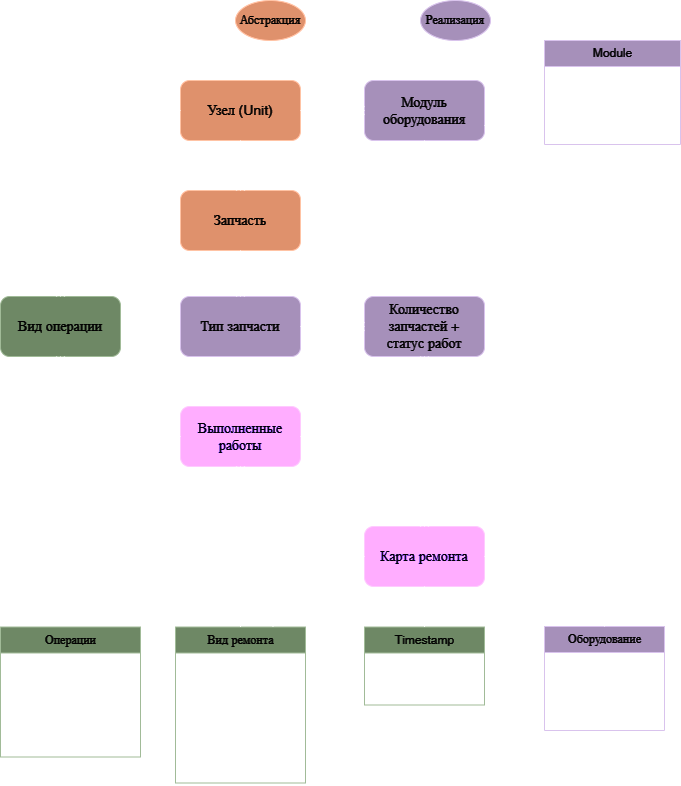
Above: БлокСхемаМастерская.drawio.png in AlexandrSB/DataBase (draw.io), before the change. Source tidied: cells renumbered, new cells last; positions are measured from the earlier drawing's top-left corner, leaving out a move shared by most shapes. Its diagram source:
```xml
<mxGraphModel>
  <root>
    <mxCell id="0" />
    <mxCell id="1" parent="0" />
    <mxCell id="2" value="&lt;font style=&quot;font-size: 14px;&quot;&gt;Модуль&lt;br&gt;оборудования&lt;br&gt;&lt;/font&gt;" style="rounded=1;whiteSpace=wrap;html=1;fillColor=#76608a;fontColor=#ffffff;strokeColor=#432D57;" parent="1" vertex="1">
      <mxGeometry x="364" y="80" width="120" height="60" as="geometry" />
    </mxCell>
    <mxCell id="3" value="&lt;font style=&quot;font-size: 14px;&quot;&gt;Карта ремонта&lt;br&gt;&lt;/font&gt;" style="rounded=1;whiteSpace=wrap;html=1;fillColor=#6a00ff;fontColor=#ffffff;strokeColor=#3700CC;" parent="1" vertex="1">
      <mxGeometry x="364" y="526" width="120" height="60" as="geometry" />
    </mxCell>
    <mxCell id="4" value="&lt;font style=&quot;font-size: 14px;&quot;&gt;Выполненные работы&lt;br&gt;&lt;/font&gt;" style="rounded=1;whiteSpace=wrap;html=1;fillColor=#6a00ff;strokeColor=#3700CC;fontColor=#ffffff;" parent="1" vertex="1">
      <mxGeometry x="180" y="406" width="120" height="60" as="geometry" />
    </mxCell>
    <mxCell id="5" value="&lt;font style=&quot;font-size: 14px;&quot;&gt;Узел (Unit)&lt;br&gt;&lt;/font&gt;" style="rounded=1;whiteSpace=wrap;html=1;fillColor=#a0522d;fontColor=#ffffff;strokeColor=#6D1F00;" parent="1" vertex="1">
      <mxGeometry x="180" y="80" width="120" height="60" as="geometry" />
    </mxCell>
    <mxCell id="6" style="edgeStyle=orthogonalEdgeStyle;fontSize=12;html=1;endArrow=ERoneToMany;rounded=0;exitX=1;exitY=0.5;exitDx=0;exitDy=0;entryX=0;entryY=0.5;entryDx=0;entryDy=0;" parent="1" edge="1" source="5" target="2">
      <mxGeometry relative="1" as="geometry" />
    </mxCell>
    <mxCell id="7" style="edgeStyle=orthogonalEdgeStyle;fontSize=12;html=1;endArrow=ERoneToMany;rounded=0;exitX=0.5;exitY=1;exitDx=0;exitDy=0;entryX=0.5;entryY=0;entryDx=0;entryDy=0;" parent="1" edge="1" source="2" target="44">
      <mxGeometry relative="1" as="geometry" />
    </mxCell>
    <mxCell id="8" style="fontSize=12;html=1;endArrow=ERoneToMany;rounded=0;exitX=1;exitY=0.75;exitDx=0;exitDy=0;edgeStyle=orthogonalEdgeStyle;entryX=0.5;entryY=0;entryDx=0;entryDy=0;" parent="1" edge="1" source="2" target="3">
      <mxGeometry relative="1" as="geometry">
        <Array as="points">
          <mxPoint x="520" y="125" />
          <mxPoint x="520" y="500" />
          <mxPoint x="424" y="500" />
        </Array>
      </mxGeometry>
    </mxCell>
    <mxCell id="9" value="Оборудование" style="swimlane;fontStyle=0;horizontal=1;startSize=26;fillColor=#76608a;html=1;fontColor=#ffffff;strokeColor=#432D57;" parent="1" vertex="1">
      <mxGeometry x="544" y="626" width="120" height="104" as="geometry" />
    </mxCell>
    <mxCell id="10" value="Инвентарный номер&lt;span style=&quot;white-space: pre;&quot;&gt;&#9;&lt;/span&gt;" style="text;strokeColor=none;fillColor=none;align=left;verticalAlign=top;spacingLeft=4;spacingRight=4;overflow=hidden;whiteSpace=wrap;html=1;" parent="9" vertex="1">
      <mxGeometry y="26" width="120" height="26" as="geometry" />
    </mxCell>
    <mxCell id="11" value="Тип оборудования" style="text;strokeColor=none;fillColor=none;align=left;verticalAlign=top;spacingLeft=4;spacingRight=4;overflow=hidden;whiteSpace=wrap;html=1;" parent="9" vertex="1">
      <mxGeometry y="52" width="120" height="26" as="geometry" />
    </mxCell>
    <mxCell id="12" value="Модель" style="text;strokeColor=none;fillColor=none;align=left;verticalAlign=top;spacingLeft=4;spacingRight=4;overflow=hidden;whiteSpace=wrap;html=1;" parent="9" vertex="1">
      <mxGeometry y="78" width="120" height="26" as="geometry" />
    </mxCell>
    <mxCell id="13" value="Вид ремонта" style="swimlane;fontStyle=0;horizontal=1;startSize=26;fillColor=#6d8764;html=1;fontColor=#ffffff;strokeColor=#3A5431;" parent="1" vertex="1">
      <mxGeometry x="175" y="626.5" width="130" height="156" as="geometry" />
    </mxCell>
    <mxCell id="14" value="Техобслуживание" style="text;strokeColor=none;fillColor=none;align=left;verticalAlign=top;spacingLeft=4;spacingRight=4;overflow=hidden;whiteSpace=wrap;html=1;" parent="13" vertex="1">
      <mxGeometry y="26" width="130" height="26" as="geometry" />
    </mxCell>
    <mxCell id="15" value="Текущий ремонт" style="text;strokeColor=none;fillColor=none;align=left;verticalAlign=top;spacingLeft=4;spacingRight=4;overflow=hidden;whiteSpace=wrap;html=1;" parent="13" vertex="1">
      <mxGeometry y="52" width="130" height="26" as="geometry" />
    </mxCell>
    <mxCell id="16" value="Капитальный ремонт" style="text;strokeColor=none;fillColor=none;align=left;verticalAlign=top;spacingLeft=4;spacingRight=4;overflow=hidden;whiteSpace=wrap;html=1;" parent="13" vertex="1">
      <mxGeometry y="78" width="130" height="26" as="geometry" />
    </mxCell>
    <mxCell id="17" value="Внеплановый&amp;nbsp; ремонт" style="text;strokeColor=none;fillColor=none;align=left;verticalAlign=top;spacingLeft=4;spacingRight=4;overflow=hidden;whiteSpace=wrap;html=1;" parent="13" vertex="1">
      <mxGeometry y="104" width="130" height="26" as="geometry" />
    </mxCell>
    <mxCell id="18" value="Срочный ремонт" style="text;strokeColor=none;fillColor=none;align=left;verticalAlign=top;spacingLeft=4;spacingRight=4;overflow=hidden;whiteSpace=wrap;html=1;" parent="13" vertex="1">
      <mxGeometry y="130" width="130" height="26" as="geometry" />
    </mxCell>
    <mxCell id="19" value="Timestamp" style="swimlane;fontStyle=0;horizontal=1;startSize=26;fillColor=#6d8764;html=1;fontColor=#ffffff;strokeColor=#3A5431;" parent="1" vertex="1">
      <mxGeometry x="364" y="626.5" width="120" height="78" as="geometry" />
    </mxCell>
    <mxCell id="20" value="Начало ремонта" style="text;strokeColor=none;fillColor=none;align=left;verticalAlign=top;spacingLeft=4;spacingRight=4;overflow=hidden;whiteSpace=wrap;html=1;" parent="19" vertex="1">
      <mxGeometry y="26" width="120" height="26" as="geometry" />
    </mxCell>
    <mxCell id="21" value="Окончание ремонта" style="text;strokeColor=none;fillColor=none;align=left;verticalAlign=top;spacingLeft=4;spacingRight=4;overflow=hidden;whiteSpace=wrap;html=1;" parent="19" vertex="1">
      <mxGeometry y="52" width="120" height="26" as="geometry" />
    </mxCell>
    <mxCell id="22" style="edgeStyle=orthogonalEdgeStyle;fontSize=12;html=1;endArrow=ERmandOne;startArrow=ERmandOne;rounded=0;entryX=0.5;entryY=1;entryDx=0;entryDy=0;exitX=0.5;exitY=0;exitDx=0;exitDy=0;" parent="1" edge="1" source="19" target="3">
      <mxGeometry relative="1" as="geometry" />
    </mxCell>
    <mxCell id="23" style="edgeStyle=orthogonalEdgeStyle;fontSize=12;html=1;endArrow=ERmandOne;startArrow=ERmandOne;rounded=0;entryX=1;entryY=0.5;entryDx=0;entryDy=0;exitX=0.5;exitY=0;exitDx=0;exitDy=0;" parent="1" edge="1" source="9" target="3">
      <mxGeometry relative="1" as="geometry" />
    </mxCell>
    <mxCell id="24" style="fontSize=12;html=1;endArrow=ERoneToMany;rounded=0;exitX=0.5;exitY=0;exitDx=0;exitDy=0;entryX=0.5;entryY=1;entryDx=0;entryDy=0;" parent="1" edge="1" source="13" target="4">
      <mxGeometry relative="1" as="geometry" />
    </mxCell>
    <mxCell id="25" style="edgeStyle=orthogonalEdgeStyle;rounded=0;jettySize=auto;html=1;entryX=0.75;entryY=0;entryDx=0;entryDy=0;" parent="1" edge="1" source="26" target="5">
      <mxGeometry relative="1" as="geometry" />
    </mxCell>
    <mxCell id="26" value="Абстракция" style="ellipse;whiteSpace=wrap;html=1;fillStyle=solid;fillColor=#a0522d;strokeColor=#6D1F00;labelBackgroundColor=none;fontColor=#ffffff;" parent="1" vertex="1">
      <mxGeometry x="235" width="70" height="40" as="geometry" />
    </mxCell>
    <mxCell id="27" style="rounded=0;jettySize=auto;html=1;entryX=0.75;entryY=0;entryDx=0;entryDy=0;exitX=0.5;exitY=1;exitDx=0;exitDy=0;edgeStyle=orthogonalEdgeStyle;" parent="1" edge="1" source="28" target="2">
      <mxGeometry relative="1" as="geometry" />
    </mxCell>
    <mxCell id="28" value="Реализация" style="ellipse;whiteSpace=wrap;html=1;fillColor=#76608a;strokeColor=#432D57;fontColor=#ffffff;" parent="1" vertex="1">
      <mxGeometry x="420" width="70" height="40" as="geometry" />
    </mxCell>
    <mxCell id="29" value="&lt;span style=&quot;font-size: 14px;&quot;&gt;Вид операции&lt;/span&gt;" style="rounded=1;whiteSpace=wrap;html=1;fillColor=#6d8764;fontColor=#ffffff;strokeColor=#3A5431;" parent="1" vertex="1">
      <mxGeometry y="296" width="120" height="60" as="geometry" />
    </mxCell>
    <mxCell id="30" style="edgeStyle=orthogonalEdgeStyle;fontSize=12;html=1;endArrow=ERoneToMany;rounded=0;exitX=0;exitY=0.5;exitDx=0;exitDy=0;entryX=0.5;entryY=1;entryDx=0;entryDy=0;" parent="1" edge="1" source="4" target="29">
      <mxGeometry relative="1" as="geometry" />
    </mxCell>
    <mxCell id="31" style="edgeStyle=orthogonalEdgeStyle;fontSize=12;html=1;endArrow=ERoneToMany;rounded=0;exitX=0;exitY=0.5;exitDx=0;exitDy=0;entryX=0.5;entryY=0;entryDx=0;entryDy=0;" parent="1" edge="1" source="5" target="29">
      <mxGeometry relative="1" as="geometry" />
    </mxCell>
    <mxCell id="32" style="rounded=0;jettySize=auto;html=1;entryX=0.25;entryY=1;entryDx=0;entryDy=0;exitX=0.5;exitY=0;exitDx=0;exitDy=0;edgeStyle=orthogonalEdgeStyle;" parent="1" edge="1" source="33" target="29">
      <mxGeometry relative="1" as="geometry">
        <Array as="points">
          <mxPoint x="70" y="560" />
          <mxPoint x="30" y="560" />
        </Array>
      </mxGeometry>
    </mxCell>
    <mxCell id="33" value="Операции" style="swimlane;fontStyle=0;horizontal=1;startSize=26;fillColor=#6d8764;html=1;strokeColor=#3A5431;fontColor=#ffffff;" parent="1" vertex="1">
      <mxGeometry y="626.5" width="140" height="130" as="geometry" />
    </mxCell>
    <mxCell id="34" value="Диагностика" style="text;strokeColor=none;fillColor=none;align=left;verticalAlign=top;spacingLeft=4;spacingRight=4;overflow=hidden;whiteSpace=wrap;html=1;" parent="33" vertex="1">
      <mxGeometry y="26" width="140" height="26" as="geometry" />
    </mxCell>
    <mxCell id="35" value="Чистка" style="text;strokeColor=none;fillColor=none;align=left;verticalAlign=top;spacingLeft=4;spacingRight=4;overflow=hidden;whiteSpace=wrap;html=1;" parent="33" vertex="1">
      <mxGeometry y="52" width="140" height="26" as="geometry" />
    </mxCell>
    <mxCell id="36" value="Ремонт" style="text;strokeColor=none;fillColor=none;align=left;verticalAlign=top;spacingLeft=4;spacingRight=4;overflow=hidden;whiteSpace=wrap;html=1;" parent="33" vertex="1">
      <mxGeometry y="78" width="140" height="26" as="geometry" />
    </mxCell>
    <mxCell id="37" value="Настройка / Калибровка" style="text;strokeColor=none;fillColor=none;align=left;verticalAlign=top;spacingLeft=4;spacingRight=4;overflow=hidden;whiteSpace=wrap;html=1;" parent="33" vertex="1">
      <mxGeometry y="104" width="140" height="26" as="geometry" />
    </mxCell>
    <mxCell id="38" style="edgeStyle=orthogonalEdgeStyle;rounded=0;jettySize=auto;html=1;entryX=1;entryY=0.25;entryDx=0;entryDy=0;" parent="1" edge="1" source="39" target="2">
      <mxGeometry relative="1" as="geometry" />
    </mxCell>
    <mxCell id="39" value="Module" style="swimlane;fontStyle=0;horizontal=1;startSize=26;fillColor=#76608a;html=1;fontColor=#ffffff;strokeColor=#432D57;" parent="1" vertex="1">
      <mxGeometry x="544" y="40" width="136" height="104" as="geometry" />
    </mxCell>
    <mxCell id="40" value="Идентификатор" style="text;strokeColor=none;fillColor=none;align=left;verticalAlign=top;spacingLeft=4;spacingRight=4;overflow=hidden;whiteSpace=wrap;html=1;" parent="39" vertex="1">
      <mxGeometry y="26" width="136" height="26" as="geometry" />
    </mxCell>
    <mxCell id="41" value="Узел ссылка" style="text;strokeColor=none;fillColor=none;align=left;verticalAlign=top;spacingLeft=4;spacingRight=4;overflow=hidden;whiteSpace=wrap;html=1;" parent="39" vertex="1">
      <mxGeometry y="52" width="136" height="26" as="geometry" />
    </mxCell>
    <mxCell id="42" value="Запчасти + вып. работы" style="text;strokeColor=none;fillColor=none;align=left;verticalAlign=top;spacingLeft=4;spacingRight=4;overflow=hidden;whiteSpace=wrap;html=1;" parent="39" vertex="1">
      <mxGeometry y="78" width="136" height="26" as="geometry" />
    </mxCell>
    <mxCell id="43" style="edgeStyle=orthogonalEdgeStyle;fontSize=12;html=1;endArrow=ERmandOne;rounded=0;entryX=0;entryY=0.5;entryDx=0;entryDy=0;exitX=0.75;exitY=0;exitDx=0;exitDy=0;" parent="1" edge="1" source="13" target="3">
      <mxGeometry relative="1" as="geometry" />
    </mxCell>
    <mxCell id="44" value="&lt;font style=&quot;font-size: 14px;&quot;&gt;Количество запчастей +&lt;br&gt;статус работ&lt;br&gt;&lt;/font&gt;" style="rounded=1;whiteSpace=wrap;html=1;fillColor=#76608a;fontColor=#ffffff;strokeColor=#432D57;" parent="1" vertex="1">
      <mxGeometry x="364" y="296" width="120" height="60" as="geometry" />
    </mxCell>
    <mxCell id="45" value="&lt;font style=&quot;font-size: 14px;&quot;&gt;Запчасть&lt;br&gt;&lt;/font&gt;" style="rounded=1;whiteSpace=wrap;html=1;fillColor=#a0522d;fontColor=#ffffff;strokeColor=#6D1F00;" parent="1" vertex="1">
      <mxGeometry x="180" y="190" width="120" height="60" as="geometry" />
    </mxCell>
    <mxCell id="46" style="edgeStyle=orthogonalEdgeStyle;fontSize=12;html=1;endArrow=ERoneToMany;rounded=0;exitX=0.5;exitY=1;exitDx=0;exitDy=0;entryX=0.5;entryY=0;entryDx=0;entryDy=0;" parent="1" edge="1" source="5" target="45">
      <mxGeometry relative="1" as="geometry" />
    </mxCell>
    <mxCell id="47" value="&lt;font style=&quot;font-size: 14px;&quot;&gt;Тип запчасти&lt;br&gt;&lt;/font&gt;" style="rounded=1;whiteSpace=wrap;html=1;fillColor=#76608a;fontColor=#ffffff;strokeColor=#432D57;" parent="1" vertex="1">
      <mxGeometry x="180" y="296" width="120" height="60" as="geometry" />
    </mxCell>
    <mxCell id="48" style="edgeStyle=orthogonalEdgeStyle;fontSize=12;html=1;endArrow=ERoneToMany;rounded=0;exitX=0.5;exitY=1;exitDx=0;exitDy=0;entryX=0.5;entryY=0;entryDx=0;entryDy=0;" parent="1" edge="1" source="45" target="47">
      <mxGeometry relative="1" as="geometry" />
    </mxCell>
    <mxCell id="49" style="edgeStyle=orthogonalEdgeStyle;fontSize=12;html=1;endArrow=ERoneToMany;rounded=0;exitX=1;exitY=0.5;exitDx=0;exitDy=0;entryX=0.5;entryY=1;entryDx=0;entryDy=0;" parent="1" edge="1" source="4" target="44">
      <mxGeometry relative="1" as="geometry" />
    </mxCell>
    <mxCell id="50" style="edgeStyle=orthogonalEdgeStyle;fontSize=12;html=1;endArrow=ERoneToMany;rounded=0;exitX=1;exitY=0.5;exitDx=0;exitDy=0;entryX=0;entryY=0.5;entryDx=0;entryDy=0;" parent="1" edge="1" source="47" target="44">
      <mxGeometry relative="1" as="geometry" />
    </mxCell>
  </root>
</mxGraphModel>
```
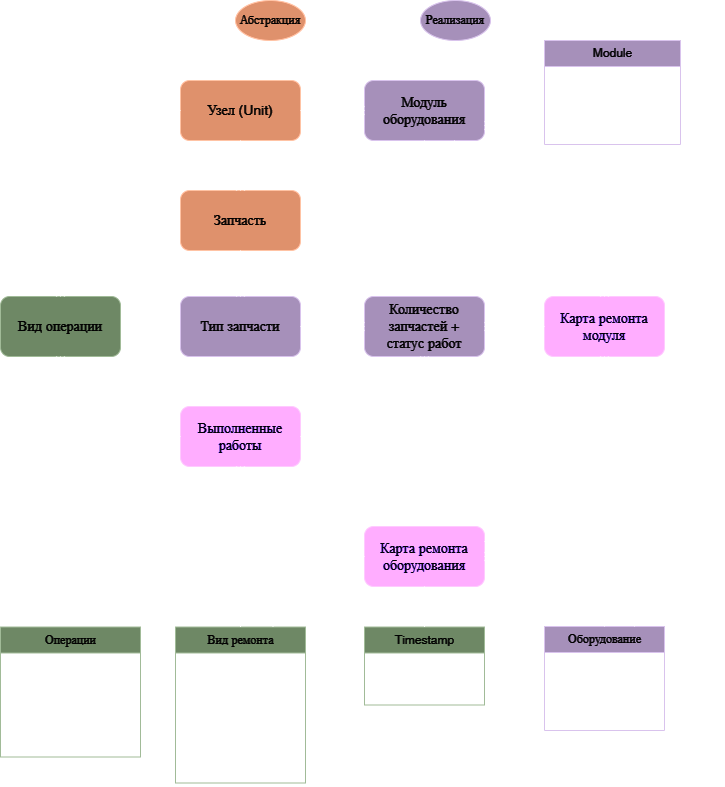
The same file after the commit.

What changed in the source:
```diff
@@ -5,7 +5,7 @@
     <mxCell id="2" value="&lt;font style=&quot;font-size: 14px;&quot;&gt;Модуль&lt;br&gt;оборудования&lt;br&gt;&lt;/font&gt;" style="rounded=1;whiteSpace=wrap;html=1;fillColor=#76608a;fontColor=#ffffff;strokeColor=#432D57;" parent="1" vertex="1">
       <mxGeometry x="364" y="80" width="120" height="60" as="geometry" />
     </mxCell>
-    <mxCell id="3" value="&lt;font style=&quot;font-size: 14px;&quot;&gt;Карта ремонта&lt;br&gt;&lt;/font&gt;" style="rounded=1;whiteSpace=wrap;html=1;fillColor=#6a00ff;fontColor=#ffffff;strokeColor=#3700CC;" parent="1" vertex="1">
+    <mxCell id="3" value="&lt;font style=&quot;font-size: 14px;&quot;&gt;Карта ремонта оборудования&lt;br&gt;&lt;/font&gt;" style="rounded=1;whiteSpace=wrap;html=1;fillColor=#6a00ff;fontColor=#ffffff;strokeColor=#3700CC;" parent="1" vertex="1">
       <mxGeometry x="364" y="526" width="120" height="60" as="geometry" />
     </mxCell>
     <mxCell id="4" value="&lt;font style=&quot;font-size: 14px;&quot;&gt;Выполненные работы&lt;br&gt;&lt;/font&gt;" style="rounded=1;whiteSpace=wrap;html=1;fillColor=#6a00ff;strokeColor=#3700CC;fontColor=#ffffff;" parent="1" vertex="1">
@@ -20,15 +20,6 @@
     <mxCell id="7" style="edgeStyle=orthogonalEdgeStyle;fontSize=12;html=1;endArrow=ERoneToMany;rounded=0;exitX=0.5;exitY=1;exitDx=0;exitDy=0;entryX=0.5;entryY=0;entryDx=0;entryDy=0;" parent="1" edge="1" source="2" target="44">
       <mxGeometry relative="1" as="geometry" />
     </mxCell>
-    <mxCell id="8" style="fontSize=12;html=1;endArrow=ERoneToMany;rounded=0;exitX=1;exitY=0.75;exitDx=0;exitDy=0;edgeStyle=orthogonalEdgeStyle;entryX=0.5;entryY=0;entryDx=0;entryDy=0;" parent="1" edge="1" source="2" target="3">
-      <mxGeometry relative="1" as="geometry">
-        <Array as="points">
-          <mxPoint x="520" y="125" />
-          <mxPoint x="520" y="500" />
-          <mxPoint x="424" y="500" />
-        </Array>
-      </mxGeometry>
-    </mxCell>
     <mxCell id="9" value="Оборудование" style="swimlane;fontStyle=0;horizontal=1;startSize=26;fillColor=#76608a;html=1;fontColor=#ffffff;strokeColor=#432D57;" parent="1" vertex="1">
       <mxGeometry x="544" y="626" width="120" height="104" as="geometry" />
     </mxCell>
@@ -71,9 +62,6 @@
     <mxCell id="22" style="edgeStyle=orthogonalEdgeStyle;fontSize=12;html=1;endArrow=ERmandOne;startArrow=ERmandOne;rounded=0;entryX=0.5;entryY=1;entryDx=0;entryDy=0;exitX=0.5;exitY=0;exitDx=0;exitDy=0;" parent="1" edge="1" source="19" target="3">
       <mxGeometry relative="1" as="geometry" />
     </mxCell>
-    <mxCell id="23" style="edgeStyle=orthogonalEdgeStyle;fontSize=12;html=1;endArrow=ERmandOne;startArrow=ERmandOne;rounded=0;entryX=1;entryY=0.5;entryDx=0;entryDy=0;exitX=0.5;exitY=0;exitDx=0;exitDy=0;" parent="1" edge="1" source="9" target="3">
-      <mxGeometry relative="1" as="geometry" />
-    </mxCell>
     <mxCell id="24" style="fontSize=12;html=1;endArrow=ERoneToMany;rounded=0;exitX=0.5;exitY=0;exitDx=0;exitDy=0;entryX=0.5;entryY=1;entryDx=0;entryDy=0;" parent="1" edge="1" source="13" target="4">
       <mxGeometry relative="1" as="geometry" />
     </mxCell>
@@ -98,11 +86,10 @@
     <mxCell id="31" style="edgeStyle=orthogonalEdgeStyle;fontSize=12;html=1;endArrow=ERoneToMany;rounded=0;exitX=0;exitY=0.5;exitDx=0;exitDy=0;entryX=0.5;entryY=0;entryDx=0;entryDy=0;" parent="1" edge="1" source="5" target="29">
       <mxGeometry relative="1" as="geometry" />
     </mxCell>
-    <mxCell id="32" style="rounded=0;jettySize=auto;html=1;entryX=0.25;entryY=1;entryDx=0;entryDy=0;exitX=0.5;exitY=0;exitDx=0;exitDy=0;edgeStyle=orthogonalEdgeStyle;" parent="1" edge="1" source="33" target="29">
+    <mxCell id="32" style="rounded=0;jettySize=auto;html=1;entryX=0.25;entryY=1;entryDx=0;entryDy=0;exitX=0.25;exitY=0;exitDx=0;exitDy=0;edgeStyle=orthogonalEdgeStyle;" parent="1" edge="1" source="33" target="29">
       <mxGeometry relative="1" as="geometry">
         <Array as="points">
-          <mxPoint x="70" y="560" />
-          <mxPoint x="30" y="560" />
+          <mxPoint x="30" y="626" />
         </Array>
       </mxGeometry>
     </mxCell>
@@ -122,7 +109,12 @@
       <mxGeometry y="104" width="140" height="26" as="geometry" />
     </mxCell>
     <mxCell id="38" style="edgeStyle=orthogonalEdgeStyle;rounded=0;jettySize=auto;html=1;entryX=1;entryY=0.25;entryDx=0;entryDy=0;" parent="1" edge="1" source="39" target="2">
-      <mxGeometry relative="1" as="geometry" />
+      <mxGeometry relative="1" as="geometry">
+        <Array as="points">
+          <mxPoint x="530" y="95" />
+          <mxPoint x="530" y="95" />
+        </Array>
+      </mxGeometry>
     </mxCell>
     <mxCell id="39" value="Module" style="swimlane;fontStyle=0;horizontal=1;startSize=26;fillColor=#76608a;html=1;fontColor=#ffffff;strokeColor=#432D57;" parent="1" vertex="1">
       <mxGeometry x="544" y="40" width="136" height="104" as="geometry" />
@@ -160,5 +152,36 @@
     <mxCell id="50" style="edgeStyle=orthogonalEdgeStyle;fontSize=12;html=1;endArrow=ERoneToMany;rounded=0;exitX=1;exitY=0.5;exitDx=0;exitDy=0;entryX=0;entryY=0.5;entryDx=0;entryDy=0;" parent="1" edge="1" source="47" target="44">
       <mxGeometry relative="1" as="geometry" />
     </mxCell>
+    <mxCell id="51" value="&lt;font style=&quot;font-size: 14px;&quot;&gt;Карта ремонта модуля&lt;br&gt;&lt;/font&gt;" style="rounded=1;whiteSpace=wrap;html=1;fillColor=#6a00ff;fontColor=#ffffff;strokeColor=#3700CC;" parent="1" vertex="1">
+      <mxGeometry x="544" y="296" width="120" height="60" as="geometry" />
+    </mxCell>
+    <mxCell id="52" style="fontSize=12;html=1;endArrow=ERoneToMany;rounded=0;exitX=0;exitY=0.5;exitDx=0;exitDy=0;entryX=1;entryY=0.5;entryDx=0;entryDy=0;" parent="1" edge="1" source="51" target="44">
+      <mxGeometry relative="1" as="geometry" />
+    </mxCell>
+    <mxCell id="23" style="fontSize=12;html=1;endArrow=ERoneToMany;rounded=0;edgeStyle=orthogonalEdgeStyle;entryX=1;entryY=0.5;entryDx=0;entryDy=0;exitX=0.5;exitY=0;exitDx=0;exitDy=0;" parent="1" edge="1" source="9" target="3">
+      <mxGeometry relative="1" as="geometry" />
+    </mxCell>
+    <mxCell id="53" style="fontSize=12;html=1;endArrow=ERoneToMany;rounded=0;exitX=0.75;exitY=1;exitDx=0;exitDy=0;edgeStyle=orthogonalEdgeStyle;entryX=0.5;entryY=0;entryDx=0;entryDy=0;" parent="1" edge="1" source="2" target="51">
+      <mxGeometry relative="1" as="geometry">
+        <Array as="points">
+          <mxPoint x="454" y="218" />
+          <mxPoint x="604" y="218" />
+        </Array>
+      </mxGeometry>
+    </mxCell>
+    <mxCell id="54" style="fontSize=12;html=1;endArrow=ERoneToMany;rounded=0;exitX=1;exitY=0.25;exitDx=0;exitDy=0;edgeStyle=orthogonalEdgeStyle;entryX=0.5;entryY=1;entryDx=0;entryDy=0;" parent="1" edge="1" source="3" target="51">
+      <mxGeometry relative="1" as="geometry" />
+    </mxCell>
+    <mxCell id="55" style="fontSize=12;html=1;endArrow=ERoneToMany;rounded=0;exitX=0.75;exitY=0;exitDx=0;exitDy=0;edgeStyle=orthogonalEdgeStyle;entryX=1;entryY=0.75;entryDx=0;entryDy=0;" parent="1" edge="1" source="9" target="2">
+      <mxGeometry relative="1" as="geometry">
+        <Array as="points">
+          <mxPoint x="634" y="558" />
+          <mxPoint x="715" y="558" />
+          <mxPoint x="715" y="178" />
+          <mxPoint x="515" y="178" />
+          <mxPoint x="515" y="125" />
+        </Array>
+      </mxGeometry>
+    </mxCell>
   </root>
 </mxGraphModel>
```
